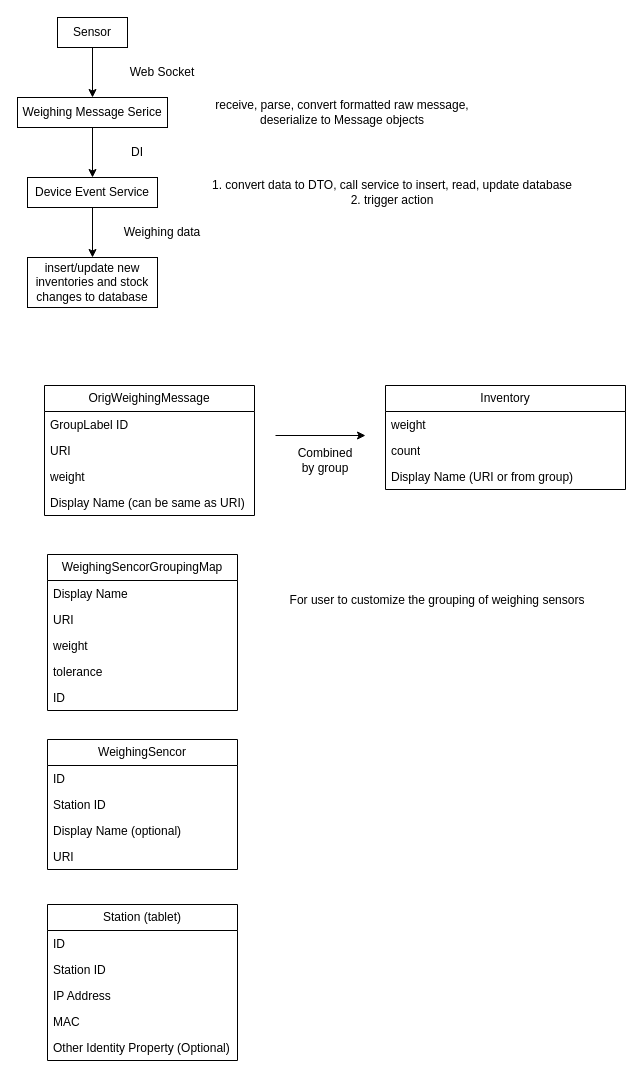
Before: gravis/Untitled Diagram.drawio in MQzhiyong/draw_io, a draw.io diagram. Source tidied: cells renumbered, new cells numbered last; positions are measured from the earlier drawing's top-left corner, leaving out a move shared by most shapes. Both pictures are drawn from the tidied source at 100%, with x=0, y=0 at pixel (17, 17).
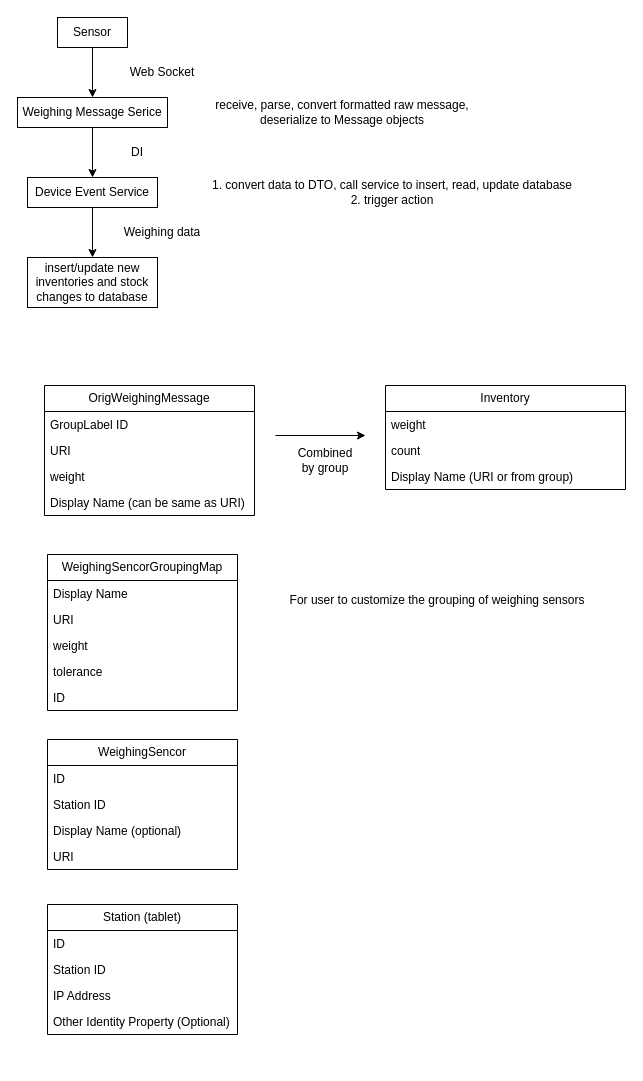
After the change.

Diff of the diagram source:
```diff
@@
     <mxCell id="34" value="Station (tablet)" style="swimlane;fontStyle=0;horizontal=1;startSize=26;fillColor=none;whiteSpace=wrap;html=1;" parent="1" vertex="1">
-      <mxGeometry x="30" y="887" width="190" height="156" as="geometry" />
+      <mxGeometry x="30" y="887" width="190" height="130" as="geometry" />
     </mxCell>
@@
-    <mxCell id="38" value="MAC" style="text;strokeColor=none;fillColor=none;align=left;verticalAlign=top;spacingLeft=4;spacingRight=4;overflow=hidden;whiteSpace=wrap;html=1;" parent="34" vertex="1">
-      <mxGeometry y="104" width="190" height="26" as="geometry" />
-    </mxCell>
     <mxCell id="39" value="Other Identity Property (Optional)" style="text;strokeColor=none;fillColor=none;align=left;verticalAlign=top;spacingLeft=4;spacingRight=4;overflow=hidden;whiteSpace=wrap;html=1;" parent="34" vertex="1">
-      <mxGeometry y="130" width="190" height="26" as="geometry" />
+      <mxGeometry y="104" width="190" height="26" as="geometry" />
     </mxCell>
```
